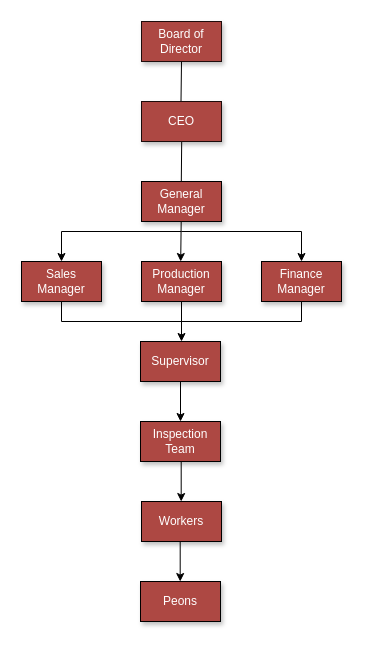
The draw.io diagram Untitled Diagram.drawio in ParthGangani/WPF-Basics, before the edit. Source tidied: cells renumbered, new cells numbered last; positions are measured from the earlier drawing's top-left corner, leaving out a move shared by most shapes. Both pictures are drawn from the tidied source at 100%, with x=0, y=0 at pixel (21, 21).
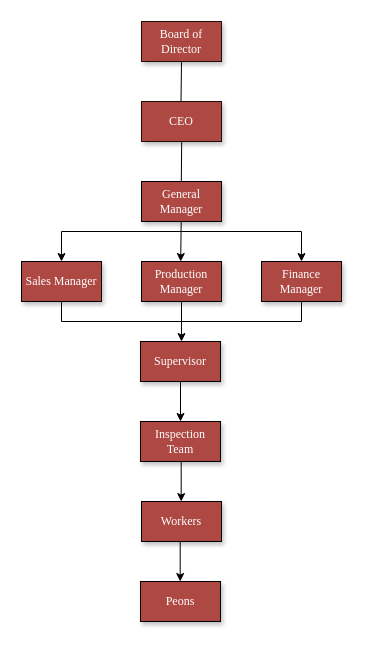
After the change.

Diff of the diagram source:
```diff
@@
-    <mxCell id="2" value="Board of Director" style="rounded=0;whiteSpace=wrap;html=1;fillColor=#ad4843;strokeColor=#1F0D0C;fontColor=#FFFFFF;shadow=1;" parent="1" vertex="1">
+    <mxCell id="2" value="Board of Director" style="rounded=0;whiteSpace=wrap;html=1;fillColor=#ad4843;strokeColor=#1F0D0C;fontColor=#FFFFFF;shadow=1;fontFamily=Times New Roman;fontSize=12;" parent="1" vertex="1">
       <mxGeometry x="120" width="80" height="40" as="geometry" />
     </mxCell>
@@
-    <mxCell id="14" value="CEO" style="rounded=0;whiteSpace=wrap;html=1;fillColor=#ad4843;strokeColor=#1C0C0B;fontColor=#FFFFFF;shadow=1;" parent="1" vertex="1">
+    <mxCell id="14" value="CEO" style="rounded=0;whiteSpace=wrap;html=1;fillColor=#ad4843;strokeColor=#1C0C0B;fontColor=#FFFFFF;shadow=1;fontFamily=Times New Roman;" parent="1" vertex="1">
       <mxGeometry x="120" y="80" width="80" height="40" as="geometry" />
     </mxCell>
-    <mxCell id="15" value="General Manager" style="rounded=0;whiteSpace=wrap;html=1;fillColor=#ad4843;strokeColor=#000000;fontColor=#FFFFFF;shadow=1;" parent="1" vertex="1">
+    <mxCell id="15" value="General Manager" style="rounded=0;whiteSpace=wrap;html=1;fillColor=#ad4843;strokeColor=#000000;fontColor=#FFFFFF;shadow=1;fontFamily=Times New Roman;" parent="1" vertex="1">
       <mxGeometry x="120" y="160" width="80" height="40" as="geometry" />
     </mxCell>
-    <mxCell id="16" value="Sales Manager" style="rounded=0;whiteSpace=wrap;html=1;fillColor=#ad4843;strokeColor=#000000;fontColor=#FFFFFF;shadow=1;" parent="1" vertex="1">
+    <mxCell id="16" value="Sales Manager" style="rounded=0;whiteSpace=wrap;html=1;fillColor=#ad4843;strokeColor=#000000;fontColor=#FFFFFF;shadow=1;fontFamily=Times New Roman;" parent="1" vertex="1">
       <mxGeometry y="240" width="80" height="40" as="geometry" />
     </mxCell>
-    <mxCell id="17" value="Production Manager" style="rounded=0;whiteSpace=wrap;html=1;fillColor=#ad4843;strokeColor=#000000;fontColor=#FFFFFF;shadow=1;" parent="1" vertex="1">
+    <mxCell id="17" value="Production Manager" style="rounded=0;whiteSpace=wrap;html=1;fillColor=#ad4843;strokeColor=#000000;fontColor=#FFFFFF;shadow=1;fontFamily=Times New Roman;" parent="1" vertex="1">
       <mxGeometry x="120" y="240" width="80" height="40" as="geometry" />
     </mxCell>
-    <mxCell id="18" value="Finance Manager" style="rounded=0;whiteSpace=wrap;html=1;fillColor=#ad4843;strokeColor=#000000;fontColor=#FFFFFF;shadow=1;" parent="1" vertex="1">
+    <mxCell id="18" value="Finance Manager" style="rounded=0;whiteSpace=wrap;html=1;fillColor=#ad4843;strokeColor=#000000;fontColor=#FFFFFF;shadow=1;fontFamily=Times New Roman;" parent="1" vertex="1">
       <mxGeometry x="240" y="240" width="80" height="40" as="geometry" />
     </mxCell>
-    <mxCell id="19" value="Inspection Team" style="rounded=0;whiteSpace=wrap;html=1;fillColor=#ad4843;strokeColor=#000000;fontColor=#FFFFFF;shadow=1;" parent="1" vertex="1">
+    <mxCell id="19" value="Inspection Team" style="rounded=0;whiteSpace=wrap;html=1;fillColor=#ad4843;strokeColor=#000000;fontColor=#FFFFFF;shadow=1;fontFamily=Times New Roman;" parent="1" vertex="1">
       <mxGeometry x="119" y="400" width="80" height="40" as="geometry" />
     </mxCell>
-    <mxCell id="20" value="Supervisor" style="rounded=0;whiteSpace=wrap;html=1;fillColor=#ad4843;strokeColor=#000000;fontColor=#FFFFFF;shadow=1;" parent="1" vertex="1">
+    <mxCell id="20" value="Supervisor" style="rounded=0;whiteSpace=wrap;html=1;fillColor=#ad4843;strokeColor=#000000;fontColor=#FFFFFF;shadow=1;fontFamily=Times New Roman;" parent="1" vertex="1">
       <mxGeometry x="119" y="320" width="80" height="40" as="geometry" />
     </mxCell>
-    <mxCell id="21" value="Workers" style="rounded=0;whiteSpace=wrap;html=1;fillColor=#ad4843;strokeColor=#000000;fontColor=#FFFFFF;shadow=1;" parent="1" vertex="1">
+    <mxCell id="21" value="Workers" style="rounded=0;whiteSpace=wrap;html=1;fillColor=#ad4843;strokeColor=#000000;fontColor=#FFFFFF;shadow=1;fontFamily=Times New Roman;" parent="1" vertex="1">
       <mxGeometry x="120" y="480" width="80" height="40" as="geometry" />
     </mxCell>
-    <mxCell id="22" value="Peons" style="rounded=0;whiteSpace=wrap;html=1;fillColor=#ad4843;strokeColor=#000000;fontColor=#FFFFFF;shadow=1;" parent="1" vertex="1">
+    <mxCell id="22" value="Peons" style="rounded=0;whiteSpace=wrap;html=1;fillColor=#ad4843;strokeColor=#000000;fontColor=#FFFFFF;shadow=1;fontFamily=Times New Roman;" parent="1" vertex="1">
       <mxGeometry x="119" y="560" width="80" height="40" as="geometry" />
     </mxCell>
```
